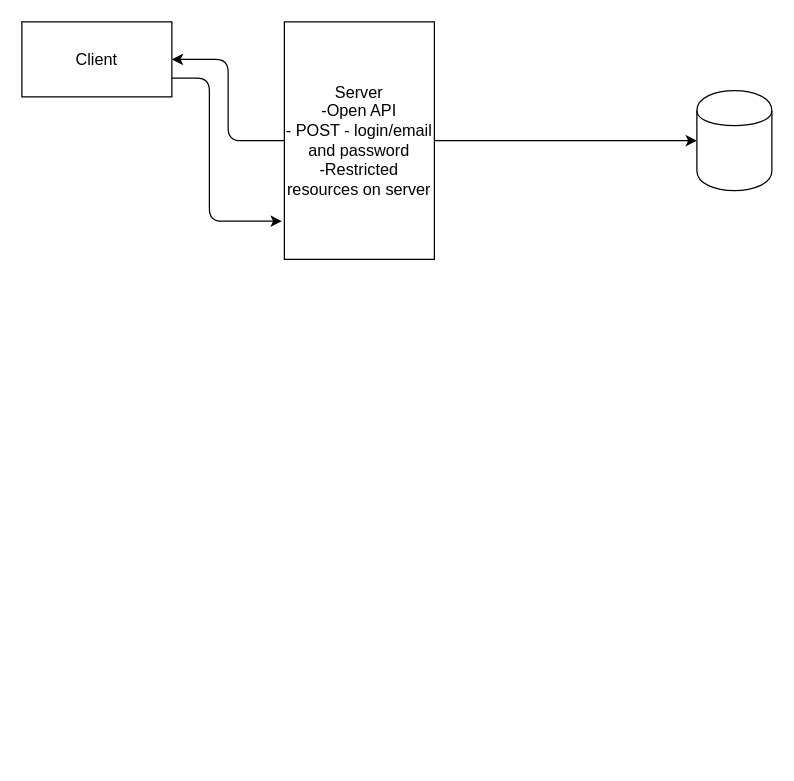
This is page "Page-9" (9 of 9) of node-training-reference.drawio from synergy2411/vodafone-node, a draw.io file, before an edit. Source tidied: cells renumbered, new cells numbered last; positions are measured from the earlier drawing's top-left corner, leaving out a move shared by most shapes. Both pictures are drawn from the tidied source at 125%, with x=0, y=0 at pixel (21, 21).
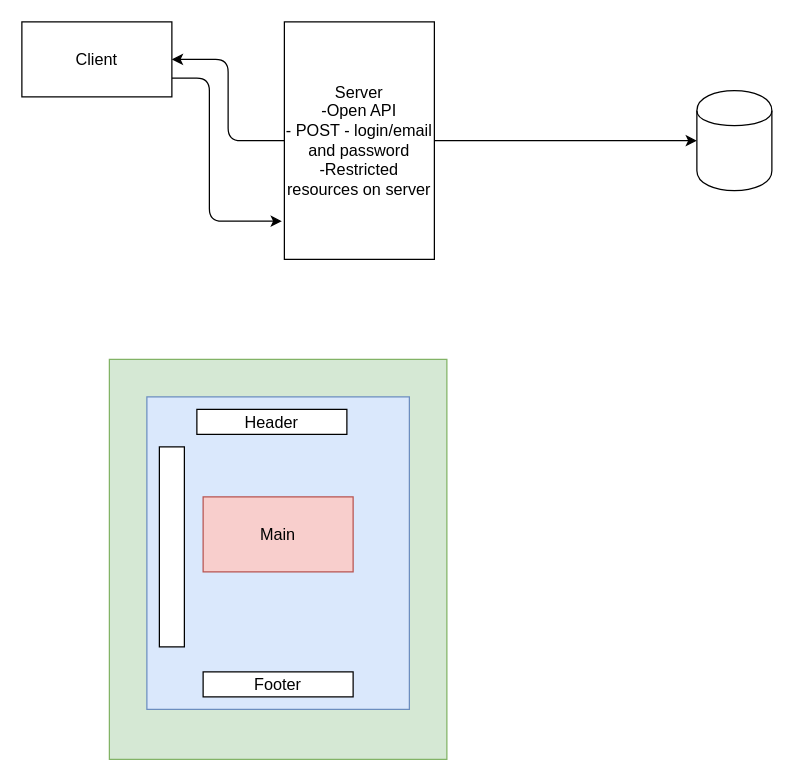
The same diagram, later.

Change to the diagram source:
```diff
@@
 <mxGraphModel>
   <root>
     <mxCell id="0" />
     <mxCell id="1" parent="0" />
     <mxCell id="2" style="edgeStyle=orthogonalEdgeStyle;curved=0;rounded=1;sketch=0;jettySize=auto;html=1;exitX=1;exitY=0.75;exitDx=0;exitDy=0;entryX=-0.017;entryY=0.839;entryDx=0;entryDy=0;entryPerimeter=0;fontSize=13;" parent="1" edge="1" source="3" target="6">
       <mxGeometry relative="1" as="geometry">
         <Array as="points">
           <mxPoint x="150" y="45" />
           <mxPoint x="150" y="159" />
         </Array>
       </mxGeometry>
     </mxCell>
     <mxCell id="3" value="Client" style="rounded=0;whiteSpace=wrap;html=1;sketch=0;fontSize=13;" parent="1" vertex="1">
       <mxGeometry width="120" height="60" as="geometry" />
     </mxCell>
     <mxCell id="4" style="edgeStyle=orthogonalEdgeStyle;curved=0;rounded=1;sketch=0;jettySize=auto;html=1;fontSize=13;" parent="1" edge="1" source="6" target="7">
       <mxGeometry relative="1" as="geometry" />
     </mxCell>
     <mxCell id="5" style="edgeStyle=orthogonalEdgeStyle;curved=0;rounded=1;sketch=0;jettySize=auto;html=1;exitX=0;exitY=0.5;exitDx=0;exitDy=0;entryX=1;entryY=0.5;entryDx=0;entryDy=0;fontSize=13;" parent="1" edge="1" source="6" target="3">
       <mxGeometry relative="1" as="geometry" />
     </mxCell>
     <mxCell id="6" value="Server&lt;br&gt;-Open API&lt;br&gt;- POST - login/email and password&lt;br&gt;-Restricted resources on server" style="rounded=0;whiteSpace=wrap;html=1;sketch=0;fontSize=13;" parent="1" vertex="1">
       <mxGeometry x="210" width="120" height="190" as="geometry" />
     </mxCell>
     <mxCell id="7" style="shape=cylinder;whiteSpace=wrap;html=1;boundedLbl=1;backgroundOutline=1;rounded=0;fontSize=13;sketch=0;" parent="1" vertex="1">
       <mxGeometry x="540" y="55" width="60" height="80" as="geometry" />
     </mxCell>
+    <mxCell id="8" style="rounded=0;whiteSpace=wrap;html=1;sketch=0;fontSize=13;fillColor=#d5e8d4;strokeColor=#82b366;" parent="1" vertex="1">
+      <mxGeometry x="70" y="270" width="270" height="320" as="geometry" />
+    </mxCell>
+    <mxCell id="9" style="rounded=0;whiteSpace=wrap;html=1;sketch=0;fontSize=13;fillColor=#dae8fc;strokeColor=#6c8ebf;" parent="1" vertex="1">
+      <mxGeometry x="100" y="300" width="210" height="250" as="geometry" />
+    </mxCell>
+    <mxCell id="10" value="Main" style="rounded=0;whiteSpace=wrap;html=1;sketch=0;fontSize=13;fillColor=#f8cecc;strokeColor=#b85450;" parent="1" vertex="1">
+      <mxGeometry x="145" y="380" width="120" height="60" as="geometry" />
+    </mxCell>
+    <mxCell id="11" value="Header" style="rounded=0;whiteSpace=wrap;html=1;sketch=0;fontSize=13;" parent="1" vertex="1">
+      <mxGeometry x="140" y="310" width="120" height="20" as="geometry" />
+    </mxCell>
+    <mxCell id="12" value="Footer" style="rounded=0;whiteSpace=wrap;html=1;sketch=0;fontSize=13;" parent="1" vertex="1">
+      <mxGeometry x="145" y="520" width="120" height="20" as="geometry" />
+    </mxCell>
+    <mxCell id="13" style="rounded=0;whiteSpace=wrap;html=1;sketch=0;fontSize=13;" parent="1" vertex="1">
+      <mxGeometry x="110" y="340" width="20" height="160" as="geometry" />
+    </mxCell>
   </root>
 </mxGraphModel>
```
